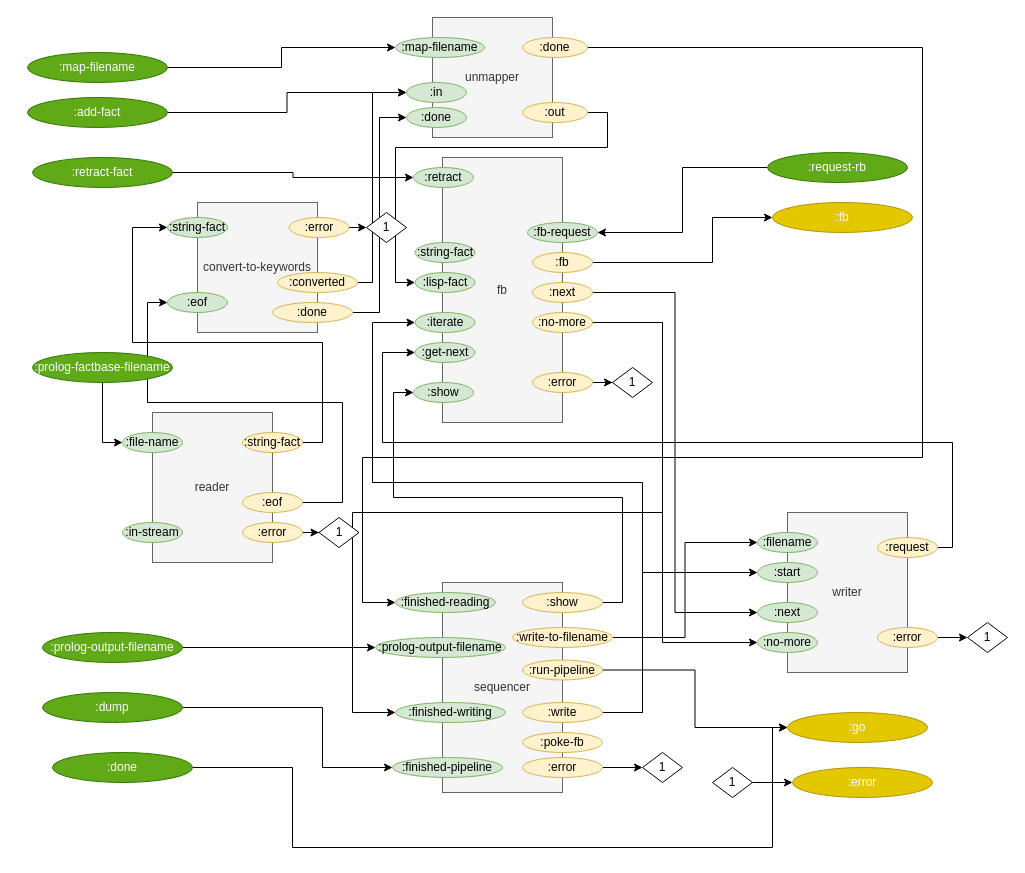
bmfbp/bmfbp keeps this draw.io diagram as page "Compiler test bed" (4 of 10) of svg/cl-compiler/doc/compiler-test-bed.drawio. Above is the earlier version. Source tidied: cells renumbered, new cells numbered last; positions are measured from the earlier drawing's top-left corner, leaving out a move shared by most shapes. Both pictures are drawn from the tidied source at 100%, with x=0, y=0 at pixel (27, 17).
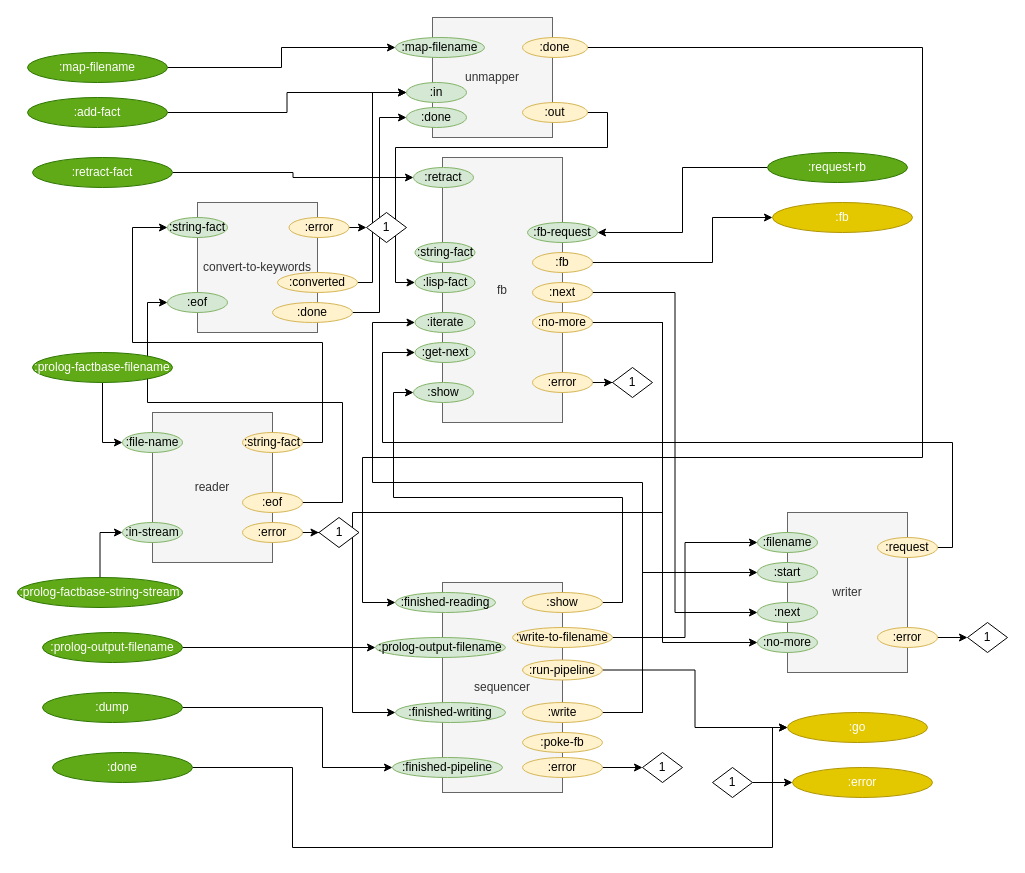
After the change.

The change refers to these unchanged cells:
```xml
<mxCell id="96" value=":in-stream" style="ellipse;whiteSpace=wrap;html=1;fillColor=#d5e8d4;strokeColor=#82b366;" parent="1" vertex="1">
  <mxGeometry x="95" y="505" width="60" height="20" as="geometry" />
</mxCell>
```

Diff of the diagram source:
```diff
@@
+    <mxCell id="97" style="edgeStyle=orthogonalEdgeStyle;rounded=0;jettySize=auto;html=1;exitX=0.5;exitY=0;exitDx=0;exitDy=0;entryX=0;entryY=0.5;entryDx=0;entryDy=0;" parent="1" edge="1" source="98" target="96">
+      <mxGeometry relative="1" as="geometry" />
+    </mxCell>
+    <mxCell id="98" value=":prolog-factbase-string-stream" style="ellipse;whiteSpace=wrap;html=1;fillColor=#60a917;strokeColor=#2D7600;fontColor=#ffffff;" parent="1" vertex="1">
+      <mxGeometry x="-10" y="560" width="165" height="30" as="geometry" />
+    </mxCell>
```
